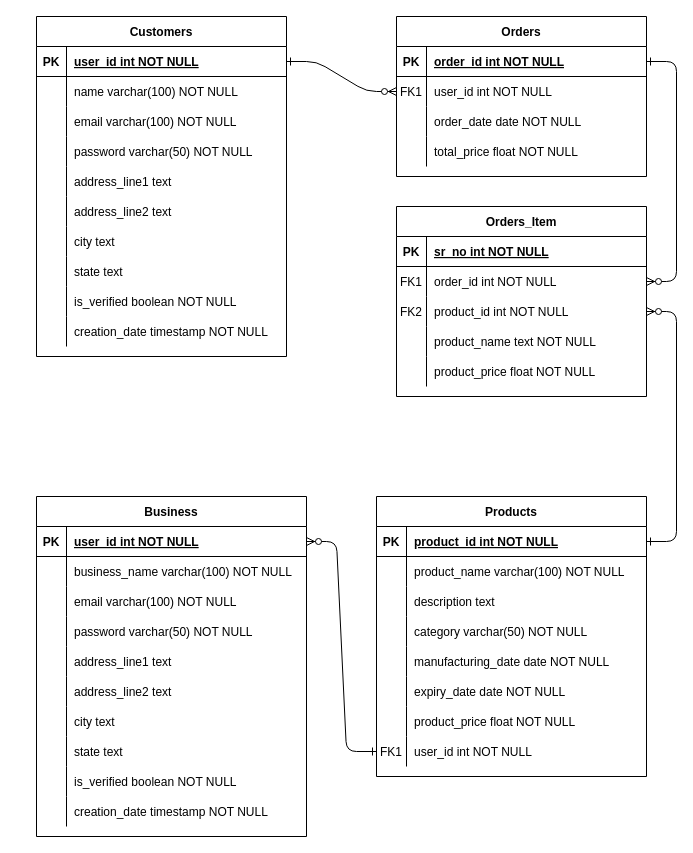
Before: db_details/db_erd.drawio in sdglitched/FastAPI-eCom, a draw.io diagram. Source tidied: cells renumbered, new cells numbered last; positions are measured from the earlier drawing's top-left corner, leaving out a move shared by most shapes. Both pictures are drawn from the tidied source at 100%, with x=0, y=0 at pixel (36, 16).
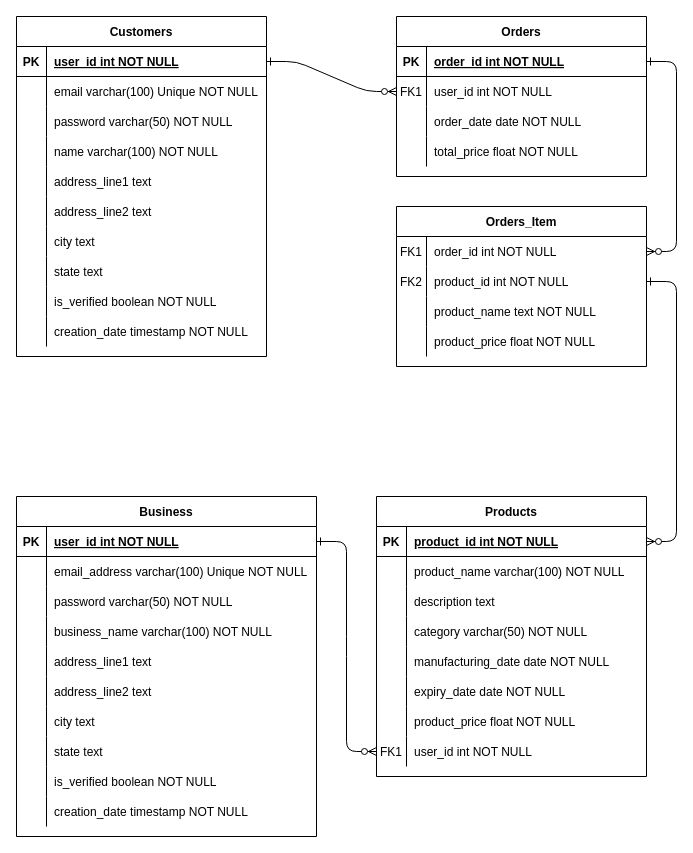
The same page after the edit.

The change refers to these unchanged cells:
```xml
<mxCell id="20" style="shape=partialRectangle;fillColor=none;top=0;left=0;right=0;bottom=0;" parent="16" vertex="1">
  <mxGeometry y="60" width="250" height="30" as="geometry" />
</mxCell>
<mxCell id="23" style="shape=partialRectangle;fillColor=none;top=0;left=0;right=0;bottom=0;" parent="16" vertex="1">
  <mxGeometry y="90" width="250" height="30" as="geometry" />
</mxCell>
<mxCell id="26" style="shape=partialRectangle;fillColor=none;top=0;left=0;right=0;bottom=0;" parent="16" vertex="1">
  <mxGeometry y="120" width="250" height="30" as="geometry" />
</mxCell>
<mxCell id="80" style="shape=partialRectangle;fillColor=none;points=[[0,0.5],[1,0.5]];portConstraint=eastwest;top=0;left=0;right=0;bottom=1;" parent="79" vertex="1">
  <mxGeometry y="30" width="270" height="30" as="geometry" />
</mxCell>
<mxCell id="101" style="shape=partialRectangle;fillColor=none;points=[[0,0.5],[1,0.5]];portConstraint=eastwest;top=0;left=0;right=0;bottom=0;" parent="79" vertex="1">
  <mxGeometry y="240" width="270" height="30" as="geometry" />
</mxCell>
```

What changed in the source:
```diff
@@
     <mxCell id="16" value="Customers" style="shape=table;startSize=30;childLayout=tableLayout;rowLines=0;fontStyle=1;align=center;" parent="1" vertex="1">
-      <mxGeometry width="250" height="340" as="geometry" />
+      <mxGeometry x="-20" width="250" height="340" as="geometry" />
     </mxCell>
@@
-    <mxCell id="22" value="name varchar(100) NOT NULL" style="shape=partialRectangle;overflow=hidden;fillColor=none;top=0;left=0;bottom=0;right=0;align=left;spacingLeft=6;" parent="20" vertex="1">
+    <mxCell id="22" value="email varchar(100) Unique NOT NULL" style="shape=partialRectangle;overflow=hidden;fillColor=none;top=0;left=0;bottom=0;right=0;align=left;spacingLeft=6;" parent="20" vertex="1">
       <mxGeometry x="30" width="220" height="30" as="geometry" />
     </mxCell>
@@
-    <mxCell id="25" value="email varchar(100) NOT NULL" style="shape=partialRectangle;overflow=hidden;fillColor=none;top=0;left=0;bottom=0;right=0;align=left;spacingLeft=6;" parent="23" vertex="1">
+    <mxCell id="25" value="password varchar(50) NOT NULL" style="shape=partialRectangle;overflow=hidden;fillColor=none;top=0;left=0;bottom=0;right=0;align=left;spacingLeft=6;" parent="23" vertex="1">
       <mxGeometry x="30" width="220" height="30" as="geometry" />
     </mxCell>
@@
-    <mxCell id="28" value="password varchar(50) NOT NULL" style="shape=partialRectangle;overflow=hidden;fillColor=none;top=0;left=0;bottom=0;right=0;align=left;spacingLeft=6;" parent="26" vertex="1">
+    <mxCell id="28" value="name varchar(100) NOT NULL" style="shape=partialRectangle;overflow=hidden;fillColor=none;top=0;left=0;bottom=0;right=0;align=left;spacingLeft=6;" parent="26" vertex="1">
       <mxGeometry x="30" width="220" height="30" as="geometry" />
     </mxCell>
@@
     <mxCell id="48" value="Business" style="shape=table;startSize=30;childLayout=tableLayout;rowLines=0;fontStyle=1;align=center;" parent="1" vertex="1">
-      <mxGeometry y="480" width="270" height="340" as="geometry" />
+      <mxGeometry x="-20" y="480" width="300" height="340" as="geometry" />
     </mxCell>
     <mxCell id="49" style="shape=partialRectangle;fillColor=none;points=[[0,0.5],[1,0.5]];portConstraint=eastwest;top=0;left=0;right=0;bottom=1;" parent="48" vertex="1">
-      <mxGeometry y="30" width="270" height="30" as="geometry" />
+      <mxGeometry y="30" width="300" height="30" as="geometry" />
     </mxCell>
@@
     <mxCell id="51" value="user_id int NOT NULL " style="shape=partialRectangle;overflow=hidden;fillColor=none;top=0;left=0;bottom=0;right=0;align=left;spacingLeft=6;fontStyle=5;" parent="49" vertex="1">
-      <mxGeometry x="30" width="240" height="30" as="geometry" />
+      <mxGeometry x="30" width="270" height="30" as="geometry" />
     </mxCell>
     <mxCell id="52" style="shape=partialRectangle;fillColor=none;top=0;left=0;right=0;bottom=0;" parent="48" vertex="1">
-      <mxGeometry y="60" width="270" height="30" as="geometry" />
+      <mxGeometry y="60" width="300" height="30" as="geometry" />
     </mxCell>
@@
-    <mxCell id="54" value="business_name varchar(100) NOT NULL" style="shape=partialRectangle;overflow=hidden;fillColor=none;top=0;left=0;bottom=0;right=0;align=left;spacingLeft=6;" parent="52" vertex="1">
-      <mxGeometry x="30" width="240" height="30" as="geometry" />
+    <mxCell id="54" value="email_address varchar(100) Unique NOT NULL" style="shape=partialRectangle;overflow=hidden;fillColor=none;top=0;left=0;bottom=0;right=0;align=left;spacingLeft=6;" parent="52" vertex="1">
+      <mxGeometry x="30" width="270" height="30" as="geometry" />
     </mxCell>
     <mxCell id="55" style="shape=partialRectangle;fillColor=none;top=0;left=0;right=0;bottom=0;" parent="48" vertex="1">
-      <mxGeometry y="90" width="270" height="30" as="geometry" />
+      <mxGeometry y="90" width="300" height="30" as="geometry" />
     </mxCell>
@@
-    <mxCell id="57" value="email varchar(100) NOT NULL" style="shape=partialRectangle;overflow=hidden;fillColor=none;top=0;left=0;bottom=0;right=0;align=left;spacingLeft=6;" parent="55" vertex="1">
-      <mxGeometry x="30" width="240" height="30" as="geometry" />
+    <mxCell id="57" value="password varchar(50) NOT NULL" style="shape=partialRectangle;overflow=hidden;fillColor=none;top=0;left=0;bottom=0;right=0;align=left;spacingLeft=6;" parent="55" vertex="1">
+      <mxGeometry x="30" width="270" height="30" as="geometry" />
     </mxCell>
     <mxCell id="58" style="shape=partialRectangle;fillColor=none;top=0;left=0;right=0;bottom=0;" parent="48" vertex="1">
-      <mxGeometry y="120" width="270" height="30" as="geometry" />
+      <mxGeometry y="120" width="300" height="30" as="geometry" />
     </mxCell>
@@
-    <mxCell id="60" value="password varchar(50) NOT NULL" style="shape=partialRectangle;overflow=hidden;fillColor=none;top=0;left=0;bottom=0;right=0;align=left;spacingLeft=6;" parent="58" vertex="1">
-      <mxGeometry x="30" width="240" height="30" as="geometry" />
+    <mxCell id="60" value="business_name varchar(100) NOT NULL" style="shape=partialRectangle;overflow=hidden;fillColor=none;top=0;left=0;bottom=0;right=0;align=left;spacingLeft=6;" parent="58" vertex="1">
+      <mxGeometry x="30" width="270" height="30" as="geometry" />
     </mxCell>
     <mxCell id="61" style="shape=partialRectangle;fillColor=none;top=0;left=0;right=0;bottom=0;" parent="48" vertex="1">
-      <mxGeometry y="150" width="270" height="30" as="geometry" />
+      <mxGeometry y="150" width="300" height="30" as="geometry" />
     </mxCell>
@@
     <mxCell id="63" value="address_line1 text" style="shape=partialRectangle;overflow=hidden;fillColor=none;top=0;left=0;bottom=0;right=0;align=left;spacingLeft=6;" parent="61" vertex="1">
-      <mxGeometry x="30" width="240" height="30" as="geometry" />
+      <mxGeometry x="30" width="270" height="30" as="geometry" />
     </mxCell>
     <mxCell id="64" style="shape=partialRectangle;fillColor=none;top=0;left=0;right=0;bottom=0;" parent="48" vertex="1">
-      <mxGeometry y="180" width="270" height="30" as="geometry" />
+      <mxGeometry y="180" width="300" height="30" as="geometry" />
     </mxCell>
@@
     <mxCell id="66" value="address_line2 text" style="shape=partialRectangle;overflow=hidden;fillColor=none;top=0;left=0;bottom=0;right=0;align=left;spacingLeft=6;" parent="64" vertex="1">
-      <mxGeometry x="30" width="240" height="30" as="geometry" />
+      <mxGeometry x="30" width="270" height="30" as="geometry" />
     </mxCell>
     <mxCell id="67" style="shape=partialRectangle;fillColor=none;top=0;left=0;right=0;bottom=0;" parent="48" vertex="1">
-      <mxGeometry y="210" width="270" height="30" as="geometry" />
+      <mxGeometry y="210" width="300" height="30" as="geometry" />
     </mxCell>
@@
     <mxCell id="69" value="city text" style="shape=partialRectangle;overflow=hidden;fillColor=none;top=0;left=0;bottom=0;right=0;align=left;spacingLeft=6;" parent="67" vertex="1">
-      <mxGeometry x="30" width="240" height="30" as="geometry" />
+      <mxGeometry x="30" width="270" height="30" as="geometry" />
     </mxCell>
     <mxCell id="70" style="shape=partialRectangle;fillColor=none;top=0;left=0;right=0;bottom=0;" parent="48" vertex="1">
-      <mxGeometry y="240" width="270" height="30" as="geometry" />
+      <mxGeometry y="240" width="300" height="30" as="geometry" />
     </mxCell>
@@
     <mxCell id="72" value="state text" style="shape=partialRectangle;overflow=hidden;fillColor=none;top=0;left=0;bottom=0;right=0;align=left;spacingLeft=6;" parent="70" vertex="1">
-      <mxGeometry x="30" width="240" height="30" as="geometry" />
+      <mxGeometry x="30" width="270" height="30" as="geometry" />
     </mxCell>
     <mxCell id="73" style="shape=partialRectangle;fillColor=none;top=0;left=0;right=0;bottom=0;" parent="48" vertex="1">
-      <mxGeometry y="270" width="270" height="30" as="geometry" />
+      <mxGeometry y="270" width="300" height="30" as="geometry" />
     </mxCell>
@@
     <mxCell id="75" value="is_verified boolean NOT NULL" style="shape=partialRectangle;overflow=hidden;fillColor=none;top=0;left=0;bottom=0;right=0;align=left;spacingLeft=6;" parent="73" vertex="1">
-      <mxGeometry x="30" width="240" height="30" as="geometry" />
+      <mxGeometry x="30" width="270" height="30" as="geometry" />
     </mxCell>
     <mxCell id="76" style="shape=partialRectangle;fillColor=none;top=0;left=0;right=0;bottom=0;" parent="48" vertex="1">
-      <mxGeometry y="300" width="270" height="30" as="geometry" />
+      <mxGeometry y="300" width="300" height="30" as="geometry" />
     </mxCell>
@@
     <mxCell id="78" value="creation_date timestamp NOT NULL" style="shape=partialRectangle;overflow=hidden;fillColor=none;top=0;left=0;bottom=0;right=0;align=left;spacingLeft=6;" parent="76" vertex="1">
-      <mxGeometry x="30" width="240" height="30" as="geometry" />
+      <mxGeometry x="30" width="270" height="30" as="geometry" />
     </mxCell>
@@
     <mxCell id="104" value="Orders_Item" style="shape=table;startSize=30;childLayout=tableLayout;rowLines=0;fontStyle=1;align=center;" parent="1" vertex="1">
-      <mxGeometry x="360" y="190" width="250" height="190" as="geometry" />
+      <mxGeometry x="360" y="190" width="250" height="160" as="geometry" />
     </mxCell>
-    <mxCell id="105" style="shape=partialRectangle;fillColor=none;top=0;left=0;right=0;bottom=1;" parent="104" vertex="1">
-      <mxGeometry y="30" width="250" height="30" as="geometry" />
-    </mxCell>
-    <mxCell id="106" value="PK" style="shape=partialRectangle;overflow=hidden;fillColor=none;top=0;left=0;bottom=0;right=0;fontStyle=1;" parent="105" vertex="1">
-      <mxGeometry width="30" height="30" as="geometry" />
-    </mxCell>
-    <mxCell id="107" value="sr_no int NOT NULL " style="shape=partialRectangle;overflow=hidden;fillColor=none;top=0;left=0;bottom=0;right=0;align=left;spacingLeft=6;fontStyle=5;" parent="105" vertex="1">
-      <mxGeometry x="30" width="220" height="30" as="geometry" />
-    </mxCell>
     <mxCell id="108" style="shape=partialRectangle;fillColor=none;points=[[0,0.5],[1,0.5]];portConstraint=eastwest;top=0;left=0;right=0;bottom=0;" parent="104" vertex="1">
-      <mxGeometry y="60" width="250" height="30" as="geometry" />
+      <mxGeometry y="30" width="250" height="30" as="geometry" />
     </mxCell>
@@
     <mxCell id="111" style="shape=partialRectangle;fillColor=none;points=[[0,0.5],[1,0.5]];portConstraint=eastwest;top=0;left=0;right=0;bottom=0;" parent="104" vertex="1">
-      <mxGeometry y="90" width="250" height="30" as="geometry" />
+      <mxGeometry y="60" width="250" height="30" as="geometry" />
     </mxCell>
@@
     <mxCell id="114" style="shape=partialRectangle;fillColor=none;top=0;left=0;right=0;bottom=0;" parent="104" vertex="1">
-      <mxGeometry y="120" width="250" height="30" as="geometry" />
+      <mxGeometry y="90" width="250" height="30" as="geometry" />
     </mxCell>
@@
     <mxCell id="117" style="shape=partialRectangle;fillColor=none;top=0;left=0;right=0;bottom=0;" parent="104" vertex="1">
-      <mxGeometry y="150" width="250" height="30" as="geometry" />
+      <mxGeometry y="120" width="250" height="30" as="geometry" />
     </mxCell>
@@
-    <mxCell id="120" style="edgeStyle=entityRelationEdgeStyle;endArrow=ERzeroToMany;startArrow=ERone;endFill=1;startFill=0;entryX=1;entryY=0.5;entryDx=0;entryDy=0;exitX=1;exitY=0.5;exitDx=0;exitDy=0;" parent="1" edge="1" source="80" target="111">
-      <mxGeometry relative="1" as="geometry">
-        <Array as="points">
-          <mxPoint x="710" y="410" />
-          <mxPoint x="760" y="410" />
-          <mxPoint x="760" y="420" />
-        </Array>
-      </mxGeometry>
-    </mxCell>
-    <mxCell id="121" style="edgeStyle=entityRelationEdgeStyle;endArrow=ERzeroToMany;startArrow=ERone;endFill=1;startFill=0;entryX=1;entryY=0.5;entryDx=0;entryDy=0;exitX=0;exitY=0.5;exitDx=0;exitDy=0;" parent="1" edge="1" source="101" target="49">
+    <mxCell id="121" style="edgeStyle=entityRelationEdgeStyle;endArrow=ERzeroToMany;startArrow=ERone;endFill=1;startFill=0;exitX=1;exitY=0.5;exitDx=0;exitDy=0;entryX=0;entryY=0.5;entryDx=0;entryDy=0;" parent="1" edge="1" source="49" target="101">
       <mxGeometry relative="1" as="geometry">
         <Array as="points">
-          <mxPoint x="720" y="420" />
-          <mxPoint x="770" y="420" />
-          <mxPoint x="770" y="430" />
+          <mxPoint x="740" y="345" />
+          <mxPoint x="790" y="345" />
+          <mxPoint x="790" y="355" />
         </Array>
       </mxGeometry>
     </mxCell>
+    <mxCell id="122" style="edgeStyle=entityRelationEdgeStyle;endArrow=ERzeroToMany;startArrow=ERone;endFill=1;startFill=0;exitX=1;exitY=0.5;exitDx=0;exitDy=0;entryX=1;entryY=0.5;entryDx=0;entryDy=0;" parent="1" edge="1" source="111" target="80">
+      <mxGeometry relative="1" as="geometry">
+        <Array as="points">
+          <mxPoint x="1110" y="90" />
+          <mxPoint x="1160" y="90" />
+          <mxPoint x="620" y="450" />
+          <mxPoint x="1160" y="100" />
+          <mxPoint x="710" y="460" />
+        </Array>
+      </mxGeometry>
+    </mxCell>
```
